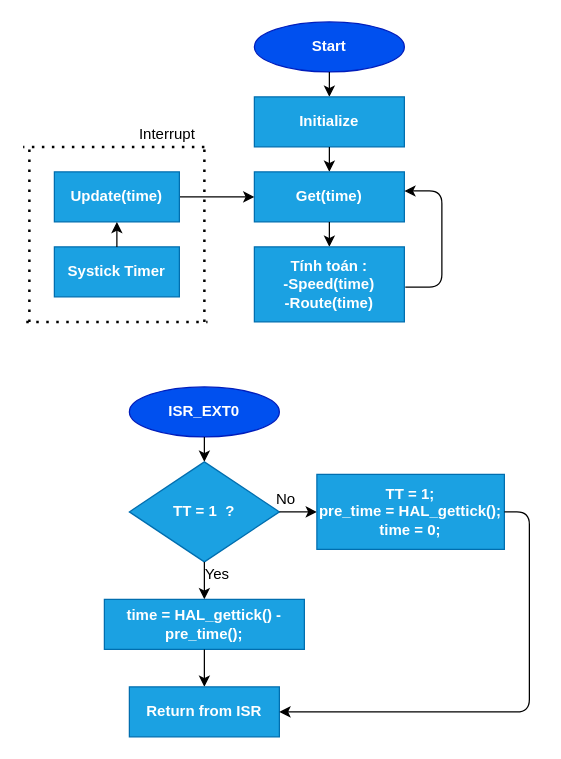
Earlier version of the draw.io diagram page "Page-1" (1 of 3) of Untitled 1Diagram.drawio (truongvanthinh/AutonomousCar). Source tidied: cells renumbered, new cells numbered last; positions are measured from the earlier drawing's top-left corner, leaving out a move shared by most shapes. Both pictures are drawn from the tidied source at 125%, with x=0, y=0 at pixel (22, 21).
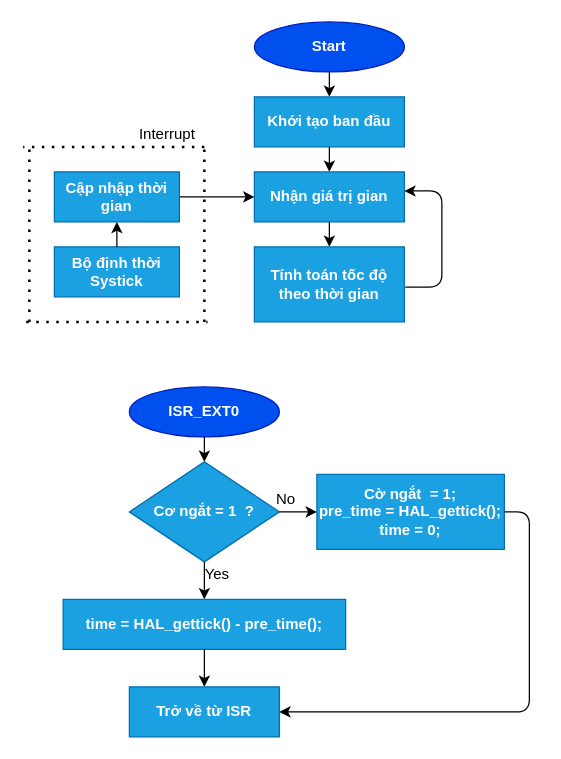
The same diagram, later.

The edit, as a diff of the source:
```diff
@@
-    <mxCell id="4" value="&lt;b&gt;Initialize&lt;/b&gt;" style="rounded=0;whiteSpace=wrap;html=1;fillColor=#1ba1e2;strokeColor=#006EAF;fontColor=#ffffff;" parent="1" vertex="1">
+    <mxCell id="4" value="&lt;b&gt;Khới tạo ban đầu&lt;/b&gt;" style="rounded=0;whiteSpace=wrap;html=1;fillColor=#1ba1e2;strokeColor=#006EAF;fontColor=#ffffff;" parent="1" vertex="1">
       <mxGeometry x="185" y="60" width="120" height="40" as="geometry" />
     </mxCell>
@@
-    <mxCell id="6" value="&lt;b&gt;Get(time)&lt;/b&gt;" style="rounded=0;whiteSpace=wrap;html=1;fillColor=#1ba1e2;strokeColor=#006EAF;fontColor=#ffffff;" parent="1" vertex="1">
+    <mxCell id="6" value="&lt;b&gt;Nhận giá trị gian&lt;/b&gt;" style="rounded=0;whiteSpace=wrap;html=1;fillColor=#1ba1e2;strokeColor=#006EAF;fontColor=#ffffff;" parent="1" vertex="1">
       <mxGeometry x="185" y="120" width="120" height="40" as="geometry" />
     </mxCell>
@@
-    <mxCell id="8" value="&lt;b&gt;Tính toán :&lt;br&gt;-Speed(time)&lt;br&gt;-Route(time)&lt;/b&gt;" style="rounded=0;whiteSpace=wrap;html=1;fillColor=#1ba1e2;strokeColor=#006EAF;fontColor=#ffffff;" parent="1" vertex="1">
+    <mxCell id="8" value="&lt;b&gt;Tính toán tốc độ theo thời gian&lt;/b&gt;" style="rounded=0;whiteSpace=wrap;html=1;fillColor=#1ba1e2;strokeColor=#006EAF;fontColor=#ffffff;" parent="1" vertex="1">
       <mxGeometry x="185" y="180" width="120" height="60" as="geometry" />
     </mxCell>
@@
-    <mxCell id="11" value="&lt;b&gt;Update(time)&lt;/b&gt;" style="rounded=0;whiteSpace=wrap;html=1;fillColor=#1ba1e2;strokeColor=#006EAF;fontColor=#ffffff;" parent="1" vertex="1">
+    <mxCell id="11" value="&lt;b&gt;Cập nhập thời gian&lt;/b&gt;" style="rounded=0;whiteSpace=wrap;html=1;fillColor=#1ba1e2;strokeColor=#006EAF;fontColor=#ffffff;" parent="1" vertex="1">
       <mxGeometry x="25" y="120" width="100" height="40" as="geometry" />
     </mxCell>
-    <mxCell id="12" value="&lt;b&gt;Systick Timer&lt;/b&gt;" style="rounded=0;whiteSpace=wrap;html=1;fillColor=#1ba1e2;strokeColor=#006EAF;fontColor=#ffffff;" parent="1" vertex="1">
+    <mxCell id="12" value="&lt;b&gt;Bộ định thời Systick&lt;/b&gt;" style="rounded=0;whiteSpace=wrap;html=1;fillColor=#1ba1e2;strokeColor=#006EAF;fontColor=#ffffff;" parent="1" vertex="1">
       <mxGeometry x="25" y="180" width="100" height="40" as="geometry" />
     </mxCell>
@@
-    <mxCell id="21" value="&lt;b&gt;TT = 1&amp;nbsp; ?&lt;/b&gt;" style="rhombus;whiteSpace=wrap;html=1;fillColor=#1ba1e2;strokeColor=#006EAF;fontColor=#ffffff;" parent="1" vertex="1">
+    <mxCell id="21" value="&lt;b&gt;Cơ ngắt = 1&amp;nbsp; ?&lt;/b&gt;" style="rhombus;whiteSpace=wrap;html=1;fillColor=#1ba1e2;strokeColor=#006EAF;fontColor=#ffffff;" parent="1" vertex="1">
       <mxGeometry x="85" y="352" width="120" height="80" as="geometry" />
     </mxCell>
@@
-    <mxCell id="23" value="&lt;b&gt;TT = 1;&lt;br&gt;pre_time = HAL_gettick();&lt;br&gt;time = 0;&lt;br&gt;&lt;/b&gt;" style="rounded=0;whiteSpace=wrap;html=1;fillColor=#1ba1e2;strokeColor=#006EAF;fontColor=#ffffff;" parent="1" vertex="1">
+    <mxCell id="23" value="&lt;b&gt;Cờ ngắt&amp;nbsp; = 1;&lt;br&gt;pre_time = HAL_gettick();&lt;br&gt;time = 0;&lt;br&gt;&lt;/b&gt;" style="rounded=0;whiteSpace=wrap;html=1;fillColor=#1ba1e2;strokeColor=#006EAF;fontColor=#ffffff;" parent="1" vertex="1">
       <mxGeometry x="235" y="362" width="150" height="60" as="geometry" />
     </mxCell>
@@
     <mxCell id="25" value="&lt;b&gt;time = HAL_gettick() - pre_time();&lt;/b&gt;" style="rounded=0;whiteSpace=wrap;html=1;fillColor=#1ba1e2;strokeColor=#006EAF;fontColor=#ffffff;" parent="1" vertex="1">
-      <mxGeometry x="65" y="462" width="160" height="40" as="geometry" />
+      <mxGeometry x="32" y="462" width="226" height="40" as="geometry" />
     </mxCell>
@@
-    <mxCell id="29" value="&lt;b&gt;Return from ISR&lt;/b&gt;" style="rounded=0;whiteSpace=wrap;html=1;fillColor=#1ba1e2;strokeColor=#006EAF;fontColor=#ffffff;" parent="1" vertex="1">
+    <mxCell id="29" value="&lt;b&gt;Trở về từ ISR&lt;/b&gt;" style="rounded=0;whiteSpace=wrap;html=1;fillColor=#1ba1e2;strokeColor=#006EAF;fontColor=#ffffff;" parent="1" vertex="1">
       <mxGeometry x="85" y="532" width="120" height="40" as="geometry" />
     </mxCell>
```
